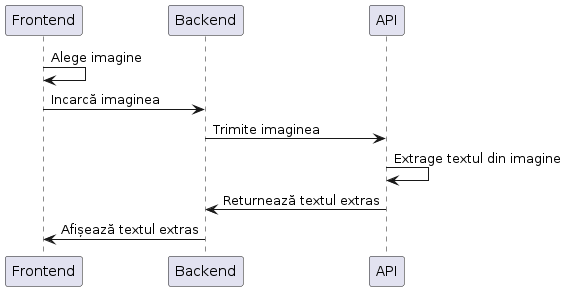
This is docs/media/architecture.png from loisnicoras/handwriting-to-text, a PlantUML export, as it was before one commit. Its source is kept beside it as docs/architecture.puml.
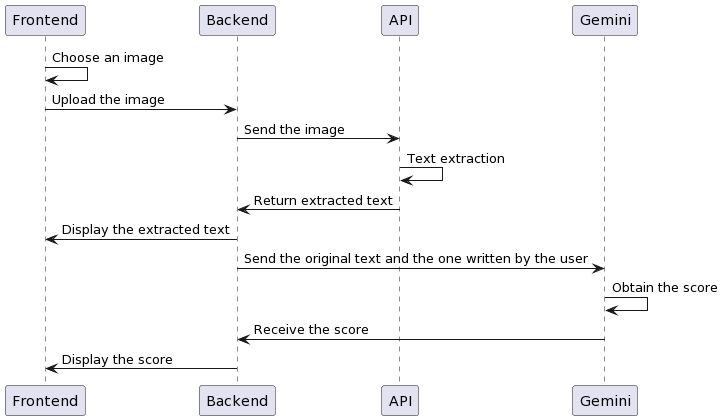
The same file after the commit.

Commit message:
Add web diagram; modify readme.md

The edit, as a diff of the source:
```diff
@@ -3,12 +3,17 @@
 participant "Frontend" as Frontend
 participant "Backend" as Backend
 participant "API" as API
+participant "Gemini" as Gemini
 
-Frontend -> Frontend: Alege imagine
-Frontend -> Backend: Incarcă imaginea
-Backend -> API: Trimite imaginea
-API -> API: Extrage textul din imagine
-API -> Backend: Returnează textul extras
-Backend -> Frontend: Afișează textul extras
+Frontend -> Frontend: Choose an image
+Frontend -> Backend: Upload the image
+Backend -> API: Send the image
+API -> API: Text extraction
+API -> Backend: Return extracted text
+Backend -> Frontend: Display the extracted text
+Backend -> Gemini: Send the original text and the one written by the user
+Gemini -> Gemini: Obtain the score
+Gemini -> Backend: Receive the score
+Backend -> Frontend: Display the score
 
 @enduml
```
